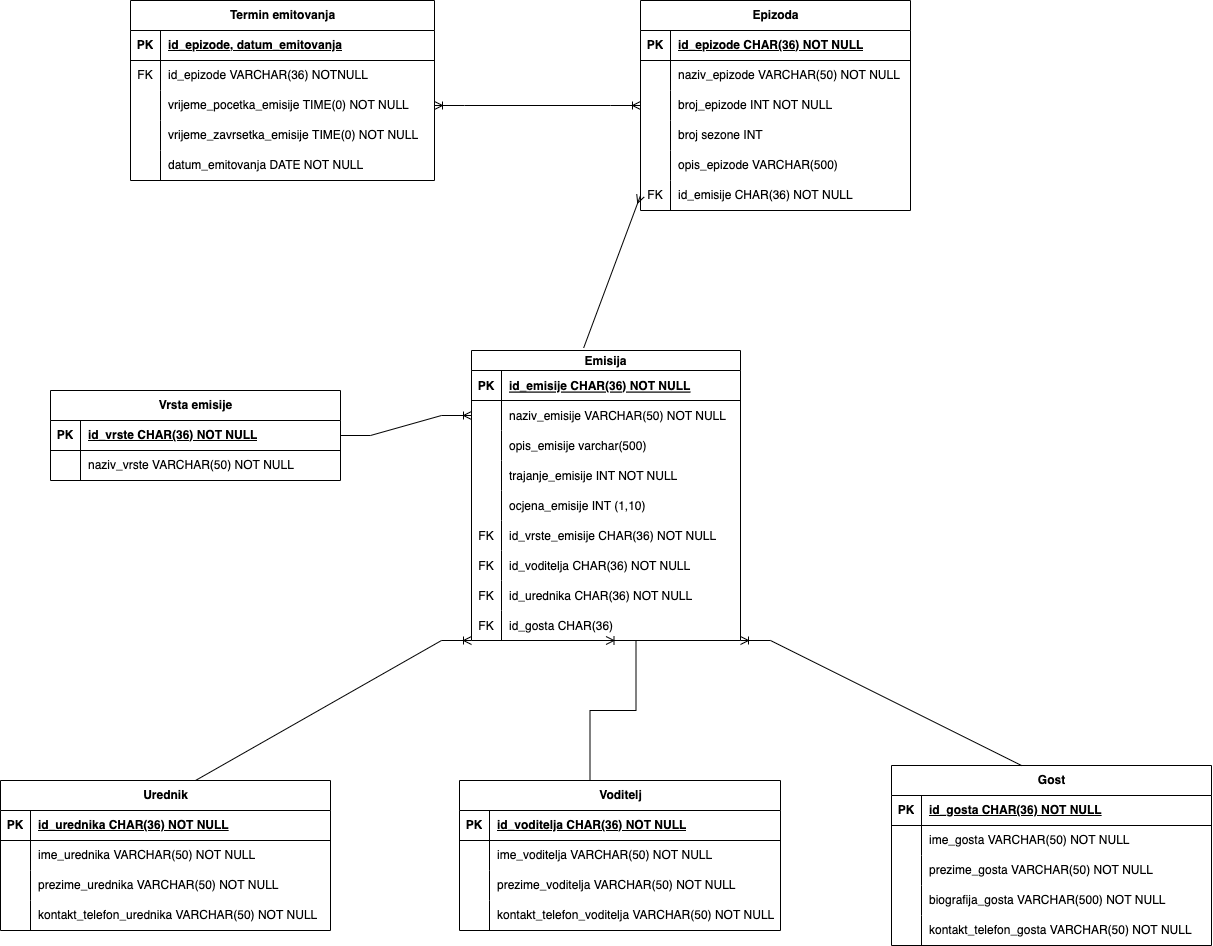
Before: er_model_baze.png, a diagram exported from draw.io (emina-mahmutbegovic/process-information-systems). Source tidied: cells renumbered, new cells last; positions are measured from the earlier drawing's top-left corner, leaving out a move shared by most shapes.
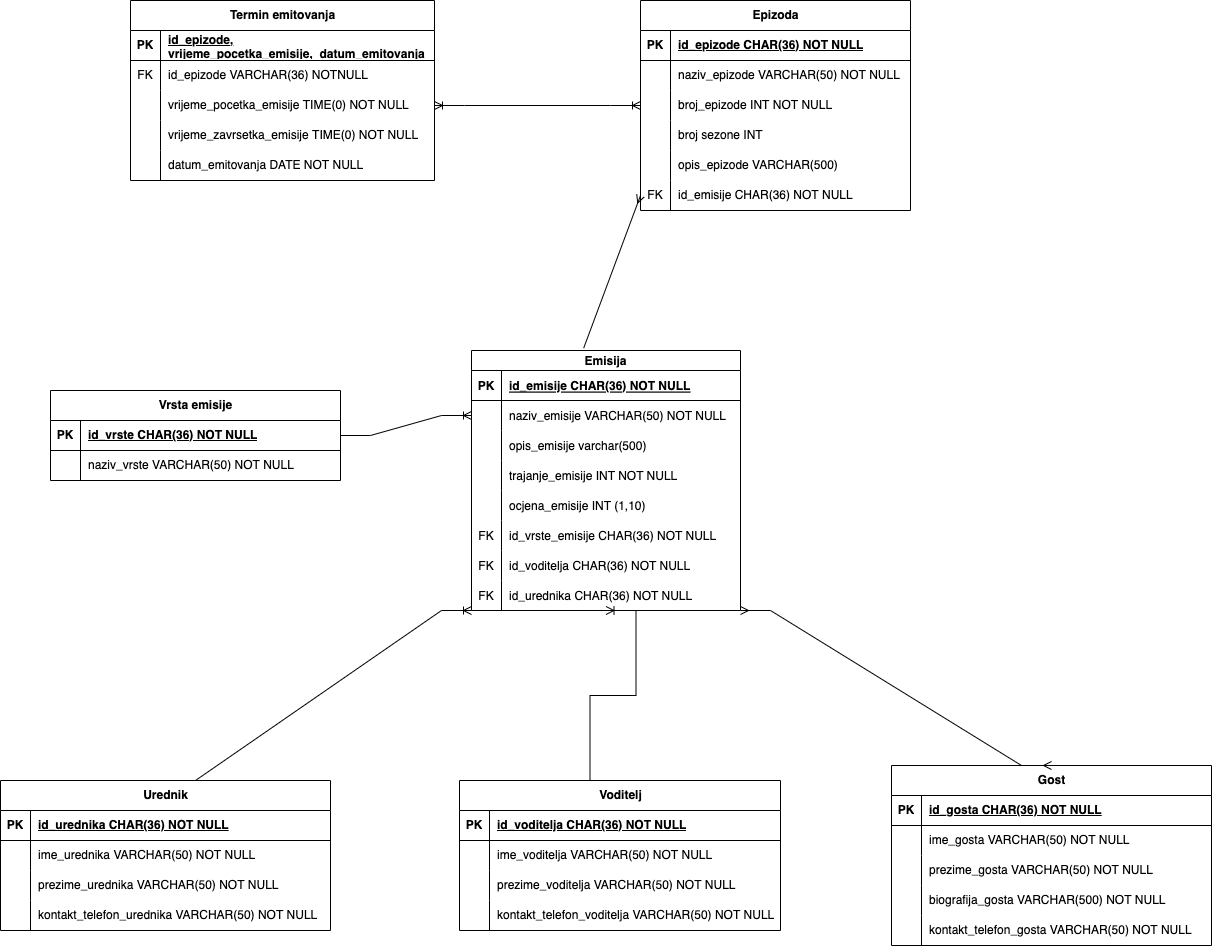
Later version of the same file.

Diff of the diagram source:
```diff
@@ -6,7 +6,7 @@
       <mxGeometry relative="1" as="geometry" />
     </mxCell>
     <mxCell id="3" value="Emisija" style="shape=table;startSize=20;rowLines=0;fontStyle=1;align=center;" parent="1" vertex="1">
-      <mxGeometry x="471" y="350" width="269" height="290" as="geometry" />
+      <mxGeometry x="471" y="350" width="269" height="260" as="geometry" />
     </mxCell>
     <mxCell id="4" style="shape=partialRectangle;fillColor=none;top=0;left=0;right=0;bottom=1;" parent="3" vertex="1">
       <mxGeometry y="20" width="269" height="30" as="geometry" />
@@ -80,15 +80,6 @@
     <mxCell id="27" value="id_urednika CHAR(36) NOT NULL" style="shape=partialRectangle;overflow=hidden;fillColor=none;top=0;left=0;bottom=0;right=0;align=left;spacingLeft=6;" parent="25" vertex="1">
       <mxGeometry x="30" width="239" height="30" as="geometry" />
     </mxCell>
-    <mxCell id="28" style="shape=partialRectangle;fillColor=none;top=0;left=0;right=0;bottom=0;" parent="3" vertex="1">
-      <mxGeometry y="260" width="269" height="30" as="geometry" />
-    </mxCell>
-    <mxCell id="29" value="FK" style="shape=partialRectangle;overflow=hidden;fillColor=none;top=0;left=0;bottom=0;right=0;" parent="28" vertex="1">
-      <mxGeometry width="30" height="30" as="geometry" />
-    </mxCell>
-    <mxCell id="30" value="id_gosta CHAR(36) " style="shape=partialRectangle;overflow=hidden;fillColor=none;top=0;left=0;bottom=0;right=0;align=left;spacingLeft=6;" parent="28" vertex="1">
-      <mxGeometry x="30" width="239" height="30" as="geometry" />
-    </mxCell>
     <mxCell id="31" value="Vrsta emisije" style="shape=table;startSize=30;rowLines=0;fontStyle=1;align=center;html=1;" parent="1" vertex="1">
       <mxGeometry x="50" y="390" width="290" height="90" as="geometry" />
     </mxCell>
@@ -308,7 +299,7 @@
     <mxCell id="101" style="edgeStyle=entityRelationEdgeStyle;fontSize=12;html=1;endArrow=ERoneToMany;rounded=0;exitX=0.5;exitY=0;exitDx=0;exitDy=0;entryX=0;entryY=1;entryDx=0;entryDy=0;" parent="1" edge="1" source="58" target="3">
       <mxGeometry relative="1" as="geometry" />
     </mxCell>
-    <mxCell id="102" style="edgeStyle=entityRelationEdgeStyle;fontSize=12;html=1;endArrow=ERoneToMany;rounded=0;exitX=0.5;exitY=0;exitDx=0;exitDy=0;entryX=1;entryY=1;entryDx=0;entryDy=0;" parent="1" edge="1" source="84" target="3">
+    <mxCell id="102" style="edgeStyle=entityRelationEdgeStyle;fontSize=12;html=1;endArrow=ERmany;rounded=0;exitX=0.5;exitY=0;exitDx=0;exitDy=0;entryX=1;entryY=1;entryDx=0;entryDy=0;endFill=0;startArrow=ERmany;startFill=0;" parent="1" edge="1" source="84" target="3">
       <mxGeometry relative="1" as="geometry" />
     </mxCell>
     <mxCell id="103" value="Termin emitovanja" style="shape=table;startSize=30;rowLines=0;fontStyle=1;align=center;html=1;" parent="1" vertex="1">
@@ -320,7 +311,7 @@
     <mxCell id="105" value="PK" style="shape=partialRectangle;fillColor=none;top=0;left=0;bottom=0;right=0;fontStyle=1;overflow=hidden;whiteSpace=wrap;html=1;" parent="104" vertex="1">
       <mxGeometry width="30" height="30" as="geometry" />
     </mxCell>
-    <mxCell id="106" value="id_epizode, datum_emitovanja" style="shape=partialRectangle;fillColor=none;top=0;left=0;bottom=0;right=0;align=left;spacingLeft=6;fontStyle=5;overflow=hidden;whiteSpace=wrap;html=1;" parent="104" vertex="1">
+    <mxCell id="106" value="id_epizode, vrijeme_pocetka_emisije,&amp;nbsp;&amp;nbsp;datum_emitovanja" style="shape=partialRectangle;fillColor=none;top=0;left=0;bottom=0;right=0;align=left;spacingLeft=6;fontStyle=5;overflow=hidden;whiteSpace=wrap;html=1;" parent="104" vertex="1">
       <mxGeometry x="30" width="274" height="30" as="geometry" />
     </mxCell>
     <mxCell id="107" style="shape=tableRow;horizontal=0;startSize=0;swimlaneHead=0;swimlaneBody=0;fillColor=none;top=0;left=0;right=0;bottom=0;" parent="103" vertex="1">
```
